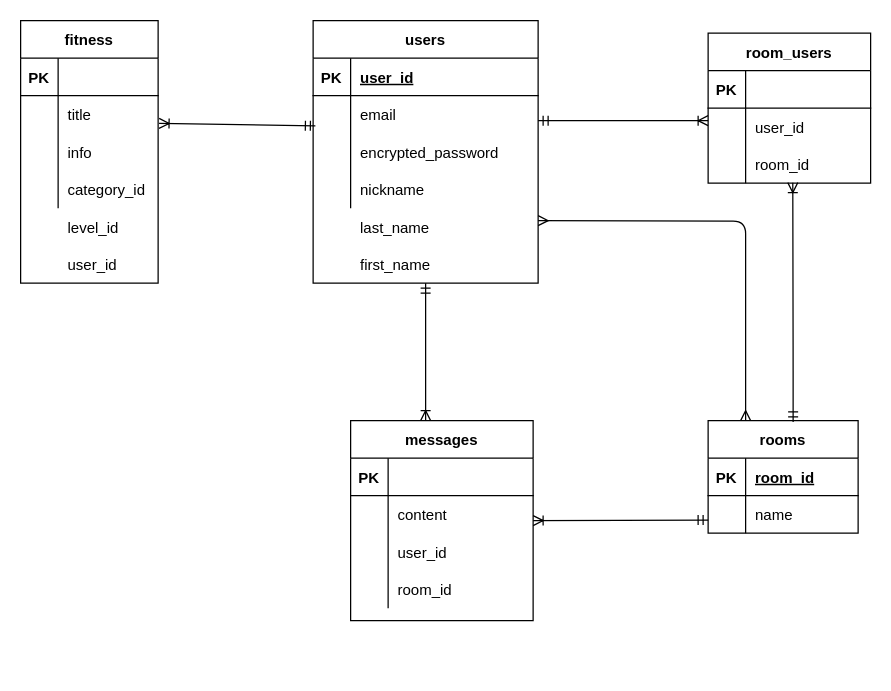
gorotakeda/every_day_fitness keeps this draw.io diagram as edf.dio. Above is the earlier version. Source tidied: cells renumbered, new cells numbered last; positions are measured from the earlier drawing's top-left corner, leaving out a move shared by most shapes. Both pictures are drawn from the tidied source at 125%, with x=0, y=0 at pixel (20, 20).
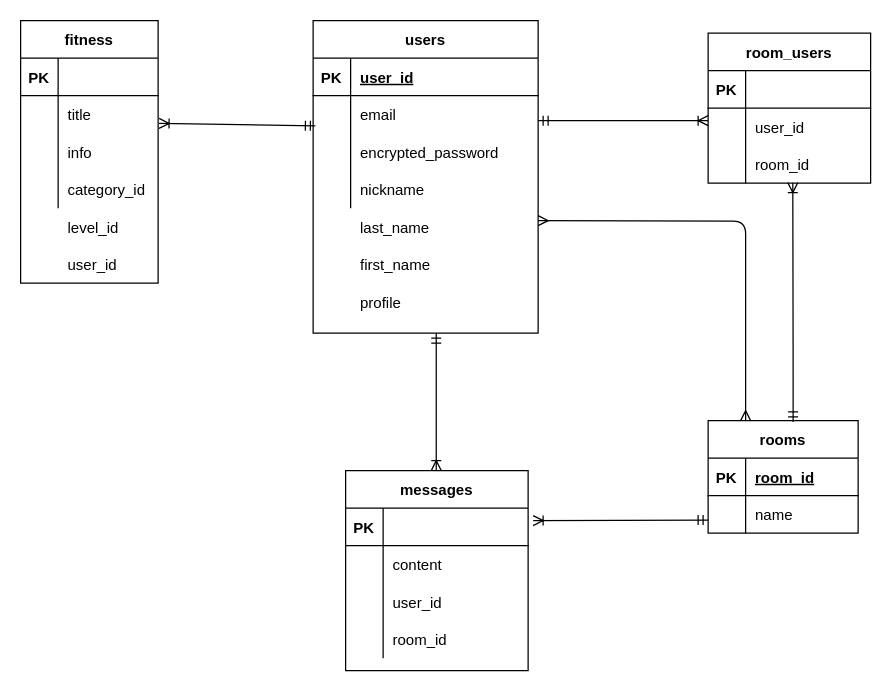
The same page after the edit.

What changed in the source:
```diff
@@
     <mxCell id="2" value="users" style="shape=table;startSize=30;childLayout=tableLayout;rowLines=0;fontStyle=1;align=center;" parent="1" vertex="1">
-      <mxGeometry x="234" width="180" height="210" as="geometry" />
+      <mxGeometry x="234" width="180" height="250" as="geometry" />
     </mxCell>
@@
     <mxCell id="38" value="messages" style="shape=table;startSize=30;childLayout=tableLayout;rowLines=0;fontStyle=1;align=center;" parent="1" vertex="1">
-      <mxGeometry x="264" y="320" width="146" height="160" as="geometry" />
+      <mxGeometry x="260" y="360" width="146" height="160" as="geometry" />
     </mxCell>
@@
     <mxCell id="63" style="fontSize=12;html=1;endArrow=ERoneToMany;startArrow=ERmandOne;" parent="1" edge="1">
       <mxGeometry relative="1" as="geometry">
-        <mxPoint x="324" y="210" as="sourcePoint" />
-        <mxPoint x="324" y="320" as="targetPoint" />
+        <mxPoint x="332.5" y="250" as="sourcePoint" />
+        <mxPoint x="332.5" y="360" as="targetPoint" />
       </mxGeometry>
     </mxCell>
@@
+    <mxCell id="68" value="profile" style="shape=partialRectangle;fillColor=none;top=0;left=0;bottom=0;right=0;align=left;spacingLeft=6;overflow=hidden;" parent="1" vertex="1">
+      <mxGeometry x="264" y="210" width="150" height="30" as="geometry" />
+    </mxCell>
```
